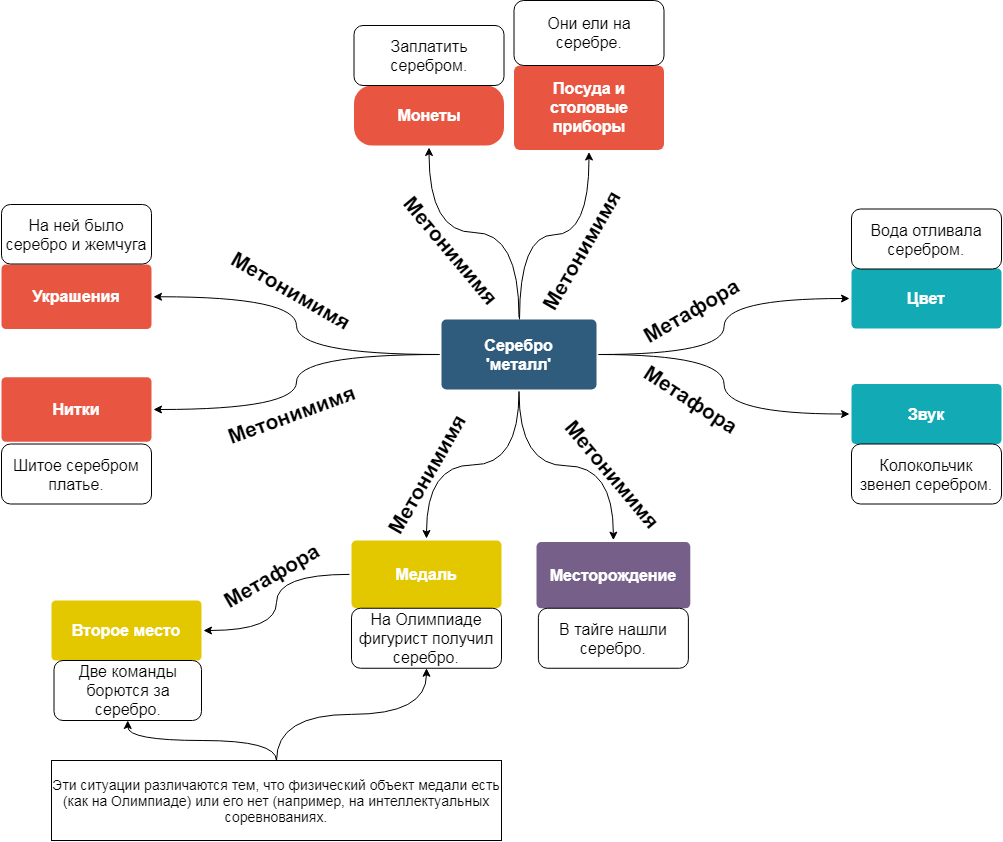
The draw.io diagram silver.png in JanaKoko/try, before a commit. Source tidied: cells renumbered, new cells last; positions are measured from the earlier drawing's top-left corner, leaving out a move shared by most shapes.
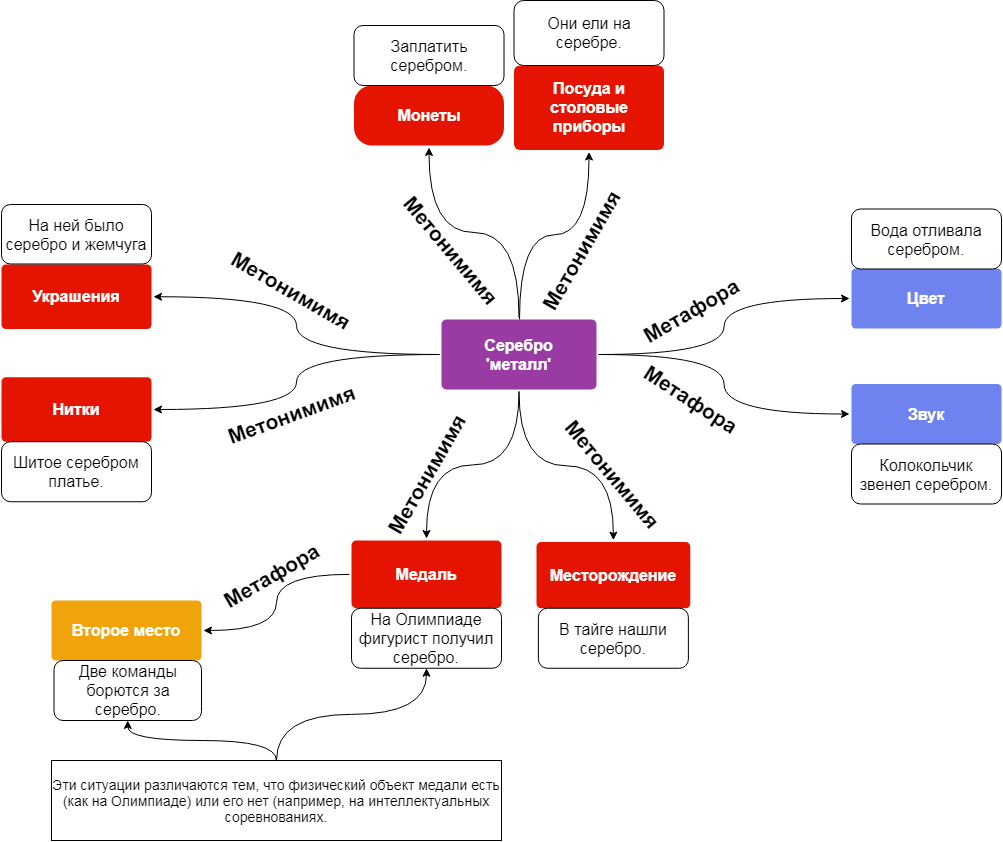
Above is the later version.

Change to the diagram source:
```diff
@@ -28,28 +28,28 @@
     <mxCell id="9" style="edgeStyle=orthogonalEdgeStyle;curved=1;rounded=0;jettySize=auto;html=1;exitX=0.5;exitY=1;exitDx=0;exitDy=0;entryX=0.5;entryY=0;entryDx=0;entryDy=0;fontSize=16;" parent="1" edge="1" source="10" target="26">
       <mxGeometry relative="1" as="geometry" />
     </mxCell>
-    <mxCell id="10" value="Серебро&lt;br&gt;'металл'" style="rounded=1;whiteSpace=wrap;html=1;shadow=0;labelBackgroundColor=none;strokeColor=none;strokeWidth=3;fillColor=#2F5B7C;fontFamily=Helvetica;fontSize=16;fontColor=#FFFFFF;align=center;fontStyle=1;spacing=5;arcSize=7;perimeterSpacing=2;" parent="1" vertex="1">
+    <mxCell id="10" value="Серебро&lt;br&gt;'металл'" style="rounded=1;whiteSpace=wrap;html=1;shadow=0;labelBackgroundColor=none;strokeWidth=3;fontFamily=Helvetica;fontSize=16;fontColor=#ffffff;align=center;fontStyle=1;spacing=5;arcSize=7;perimeterSpacing=2;strokeColor=none;fillColor=#993BA3;" parent="1" vertex="1">
       <mxGeometry x="440" y="319" width="155" height="70" as="geometry" />
     </mxCell>
-    <mxCell id="11" value="Монеты" style="rounded=1;whiteSpace=wrap;html=1;shadow=0;labelBackgroundColor=none;strokeColor=none;strokeWidth=3;fillColor=#e85642;fontFamily=Helvetica;fontSize=16;fontColor=#FFFFFF;align=center;spacing=5;fontStyle=1;arcSize=30;perimeterSpacing=2;" parent="1" vertex="1">
+    <mxCell id="11" value="Монеты" style="rounded=1;whiteSpace=wrap;html=1;shadow=0;labelBackgroundColor=none;strokeWidth=3;fontFamily=Helvetica;fontSize=16;fontColor=#ffffff;align=center;spacing=5;fontStyle=1;arcSize=30;perimeterSpacing=2;fillColor=#e51400;strokeColor=none;" parent="1" vertex="1">
       <mxGeometry x="352.5" y="85" width="150" height="60" as="geometry" />
     </mxCell>
-    <mxCell id="12" value="Цвет" style="rounded=1;whiteSpace=wrap;html=1;shadow=0;labelBackgroundColor=none;strokeColor=none;strokeWidth=3;fillColor=#12aab5;fontFamily=Helvetica;fontSize=16;fontColor=#FFFFFF;align=center;spacing=5;fontStyle=1;arcSize=7;perimeterSpacing=2;" parent="1" vertex="1">
+    <mxCell id="12" value="Цвет" style="rounded=1;whiteSpace=wrap;html=1;shadow=0;labelBackgroundColor=none;strokeWidth=3;fontFamily=Helvetica;fontSize=16;fontColor=#ffffff;align=center;spacing=5;fontStyle=1;arcSize=7;perimeterSpacing=2;strokeColor=none;fillColor=#6E83EF;" parent="1" vertex="1">
       <mxGeometry x="850" y="268" width="150" height="60" as="geometry" />
     </mxCell>
-    <mxCell id="13" value="Украшения" style="rounded=1;whiteSpace=wrap;html=1;shadow=0;labelBackgroundColor=none;strokeColor=none;strokeWidth=3;fillColor=#e85642;fontFamily=Helvetica;fontSize=16;fontColor=#FFFFFF;align=center;spacing=5;fontStyle=1;arcSize=7;perimeterSpacing=2;" parent="1" vertex="1">
+    <mxCell id="13" value="Украшения" style="rounded=1;whiteSpace=wrap;html=1;shadow=0;labelBackgroundColor=none;strokeWidth=3;fillColor=#e51400;fontFamily=Helvetica;fontSize=16;fontColor=#ffffff;align=center;spacing=5;fontStyle=1;arcSize=7;perimeterSpacing=2;strokeColor=none;" parent="1" vertex="1">
       <mxGeometry y="264" width="150" height="64.5" as="geometry" />
     </mxCell>
-    <mxCell id="14" value="Посуда и столовые приборы" style="rounded=1;whiteSpace=wrap;html=1;shadow=0;labelBackgroundColor=none;strokeColor=none;strokeWidth=3;fillColor=#e85642;fontFamily=Helvetica;fontSize=16;fontColor=#FFFFFF;align=center;spacing=5;fontStyle=1;arcSize=7;perimeterSpacing=2;" parent="1" vertex="1">
+    <mxCell id="14" value="Посуда и столовые приборы" style="rounded=1;whiteSpace=wrap;html=1;shadow=0;labelBackgroundColor=none;strokeWidth=3;fontFamily=Helvetica;fontSize=16;fontColor=#ffffff;align=center;spacing=5;fontStyle=1;arcSize=7;perimeterSpacing=2;fillColor=#e51400;strokeColor=none;" parent="1" vertex="1">
       <mxGeometry x="512.5" y="65" width="150" height="84.5" as="geometry" />
     </mxCell>
-    <mxCell id="15" value="Звук" style="rounded=1;whiteSpace=wrap;html=1;shadow=0;labelBackgroundColor=none;strokeColor=none;strokeWidth=3;fillColor=#12aab5;fontFamily=Helvetica;fontSize=16;fontColor=#FFFFFF;align=center;spacing=5;fontStyle=1;arcSize=7;perimeterSpacing=2;" parent="1" vertex="1">
+    <mxCell id="15" value="Звук" style="rounded=1;whiteSpace=wrap;html=1;shadow=0;labelBackgroundColor=none;strokeWidth=3;fontFamily=Helvetica;fontSize=16;fontColor=#ffffff;align=center;spacing=5;fontStyle=1;arcSize=7;perimeterSpacing=2;strokeColor=none;fillColor=#6E83EF;" parent="1" vertex="1">
       <mxGeometry x="850" y="383.5" width="150" height="60" as="geometry" />
     </mxCell>
     <mxCell id="16" style="edgeStyle=orthogonalEdgeStyle;curved=1;rounded=0;jettySize=auto;html=1;entryX=1;entryY=0.5;entryDx=0;entryDy=0;" parent="1" edge="1" source="17" target="24">
       <mxGeometry relative="1" as="geometry" />
     </mxCell>
-    <mxCell id="17" value="Медаль" style="rounded=1;whiteSpace=wrap;html=1;shadow=0;labelBackgroundColor=none;strokeWidth=3;fillColor=#e3c800;fontFamily=Helvetica;fontSize=16;align=center;spacing=5;fontStyle=1;arcSize=7;perimeterSpacing=2;fontColor=#ffffff;strokeColor=none;" parent="1" vertex="1">
+    <mxCell id="17" value="Медаль" style="rounded=1;whiteSpace=wrap;html=1;shadow=0;labelBackgroundColor=none;strokeWidth=3;fillColor=#e51400;fontFamily=Helvetica;fontSize=16;align=center;spacing=5;fontStyle=1;arcSize=7;perimeterSpacing=2;fontColor=#ffffff;strokeColor=none;" parent="1" vertex="1">
       <mxGeometry x="350" y="540" width="150" height="67.8" as="geometry" />
     </mxCell>
     <mxCell id="18" value="Они ели на серебре." style="rounded=1;whiteSpace=wrap;html=1;fontSize=16;" parent="1" vertex="1">
@@ -61,7 +61,7 @@
     <mxCell id="20" value="На ней было серебро и жемчуга" style="rounded=1;whiteSpace=wrap;html=1;fontSize=16;" parent="1" vertex="1">
       <mxGeometry y="204" width="150" height="59.5" as="geometry" />
     </mxCell>
-    <mxCell id="21" value="Нитки" style="rounded=1;whiteSpace=wrap;html=1;shadow=0;labelBackgroundColor=none;strokeColor=none;strokeWidth=3;fillColor=#e85642;fontFamily=Helvetica;fontSize=16;fontColor=#FFFFFF;align=center;spacing=5;fontStyle=1;arcSize=7;perimeterSpacing=2;" parent="1" vertex="1">
+    <mxCell id="21" value="Нитки" style="rounded=1;whiteSpace=wrap;html=1;shadow=0;labelBackgroundColor=none;strokeWidth=3;fillColor=#e51400;fontFamily=Helvetica;fontSize=16;fontColor=#ffffff;align=center;spacing=5;fontStyle=1;arcSize=7;perimeterSpacing=2;strokeColor=none;" parent="1" vertex="1">
       <mxGeometry y="376.8" width="150" height="64.5" as="geometry" />
     </mxCell>
     <mxCell id="22" value="Вода отливала серебром." style="rounded=1;whiteSpace=wrap;html=1;fontSize=16;" parent="1" vertex="1">
@@ -70,20 +70,20 @@
     <mxCell id="23" value="Колокольчик звенел серебром." style="rounded=1;whiteSpace=wrap;html=1;fontSize=16;" parent="1" vertex="1">
       <mxGeometry x="850" y="443.5" width="150" height="60" as="geometry" />
     </mxCell>
-    <mxCell id="24" value="Второе место" style="rounded=1;whiteSpace=wrap;html=1;shadow=0;labelBackgroundColor=none;strokeWidth=3;fillColor=#e3c800;fontFamily=Helvetica;fontSize=16;align=center;spacing=5;fontStyle=1;arcSize=7;perimeterSpacing=2;fontColor=#ffffff;strokeColor=none;" parent="1" vertex="1">
+    <mxCell id="24" value="Второе место" style="rounded=1;whiteSpace=wrap;html=1;shadow=0;labelBackgroundColor=none;strokeWidth=3;fillColor=#f0a30a;fontFamily=Helvetica;fontSize=16;align=center;spacing=5;fontStyle=1;arcSize=7;perimeterSpacing=2;fontColor=#ffffff;strokeColor=none;" parent="1" vertex="1">
       <mxGeometry x="50" y="600" width="150" height="60" as="geometry" />
     </mxCell>
     <mxCell id="25" value="Две команды борются за серебро." style="rounded=1;whiteSpace=wrap;html=1;fontSize=16;" parent="1" vertex="1">
       <mxGeometry x="52.5" y="660" width="147.5" height="60" as="geometry" />
     </mxCell>
-    <mxCell id="26" value="Месторождение" style="rounded=1;whiteSpace=wrap;html=1;shadow=0;labelBackgroundColor=none;strokeWidth=3;fillColor=#76608a;fontFamily=Helvetica;fontSize=16;fontColor=#ffffff;align=center;spacing=5;fontStyle=1;arcSize=7;perimeterSpacing=2;strokeColor=none;" parent="1" vertex="1">
+    <mxCell id="26" value="Месторождение" style="rounded=1;whiteSpace=wrap;html=1;shadow=0;labelBackgroundColor=none;strokeWidth=3;fillColor=#e51400;fontFamily=Helvetica;fontSize=16;fontColor=#ffffff;align=center;spacing=5;fontStyle=1;arcSize=7;perimeterSpacing=2;strokeColor=none;" parent="1" vertex="1">
       <mxGeometry x="535" y="541.6" width="153.8" height="66.1" as="geometry" />
     </mxCell>
     <mxCell id="27" value="В тайге нашли серебро." style="rounded=1;whiteSpace=wrap;html=1;fontSize=16;" parent="1" vertex="1">
       <mxGeometry x="536.9" y="607.8" width="150" height="60" as="geometry" />
     </mxCell>
     <mxCell id="28" value="Шитое серебром платье." style="rounded=1;whiteSpace=wrap;html=1;fontSize=16;" parent="1" vertex="1">
-      <mxGeometry y="443.5" width="150" height="60" as="geometry" />
+      <mxGeometry y="441.2" width="150" height="60" as="geometry" />
     </mxCell>
     <mxCell id="29" value="Метонимимя" style="text;html=1;strokeColor=none;fillColor=none;align=center;verticalAlign=middle;whiteSpace=wrap;rounded=0;fontSize=21;fontStyle=1;rotation=30;" parent="1" vertex="1">
       <mxGeometry x="170" y="280" width="240" height="20" as="geometry" />
```
